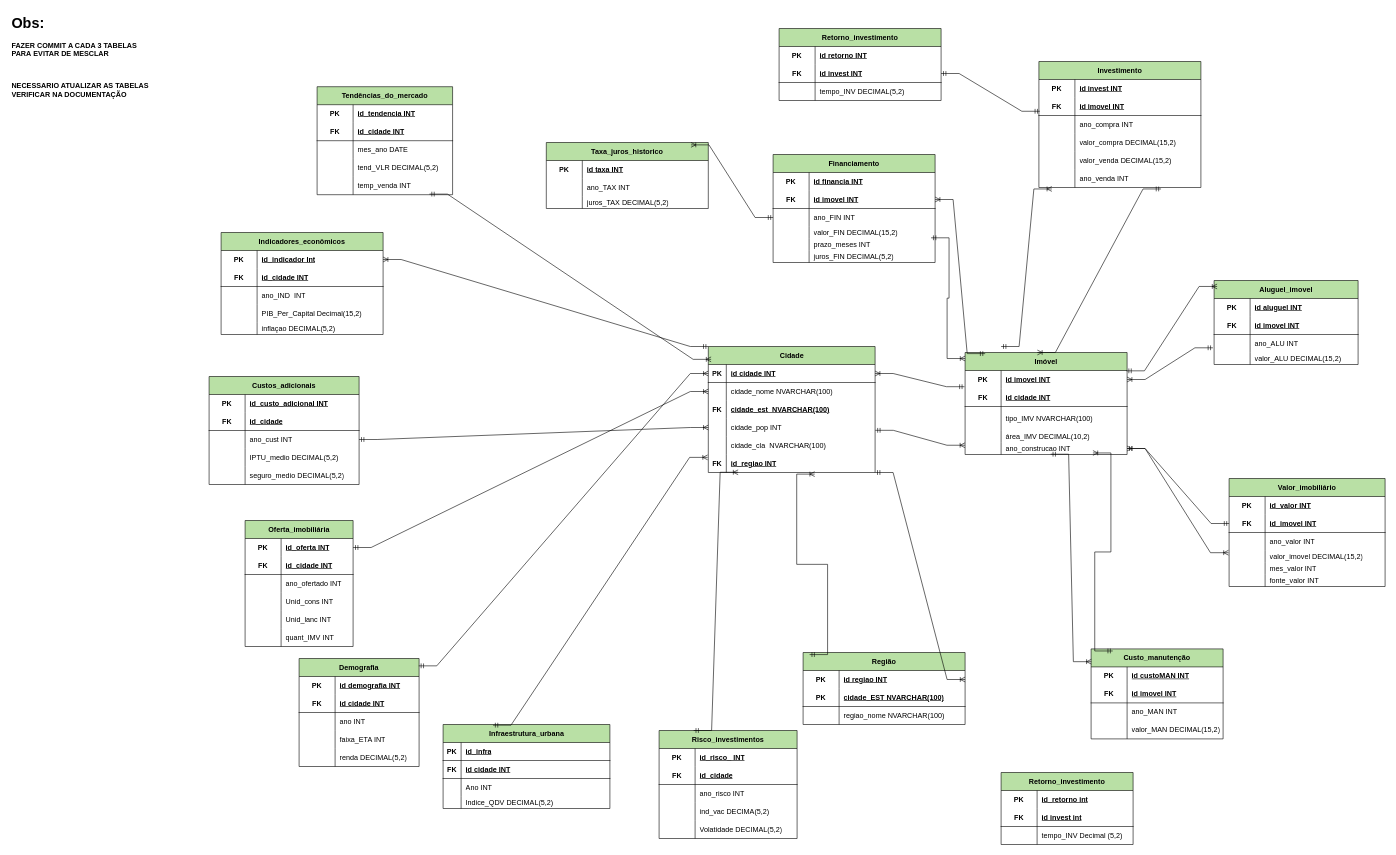
Guilherme22B/Group_by keeps this draw.io diagram as GroupBy.drawio. Above is the earlier version. Source tidied: cells renumbered, new cells numbered last; positions are measured from the earlier drawing's top-left corner, leaving out a move shared by most shapes. Both pictures are drawn from the tidied source at 60%, with x=0, y=0 at pixel (10, 10).
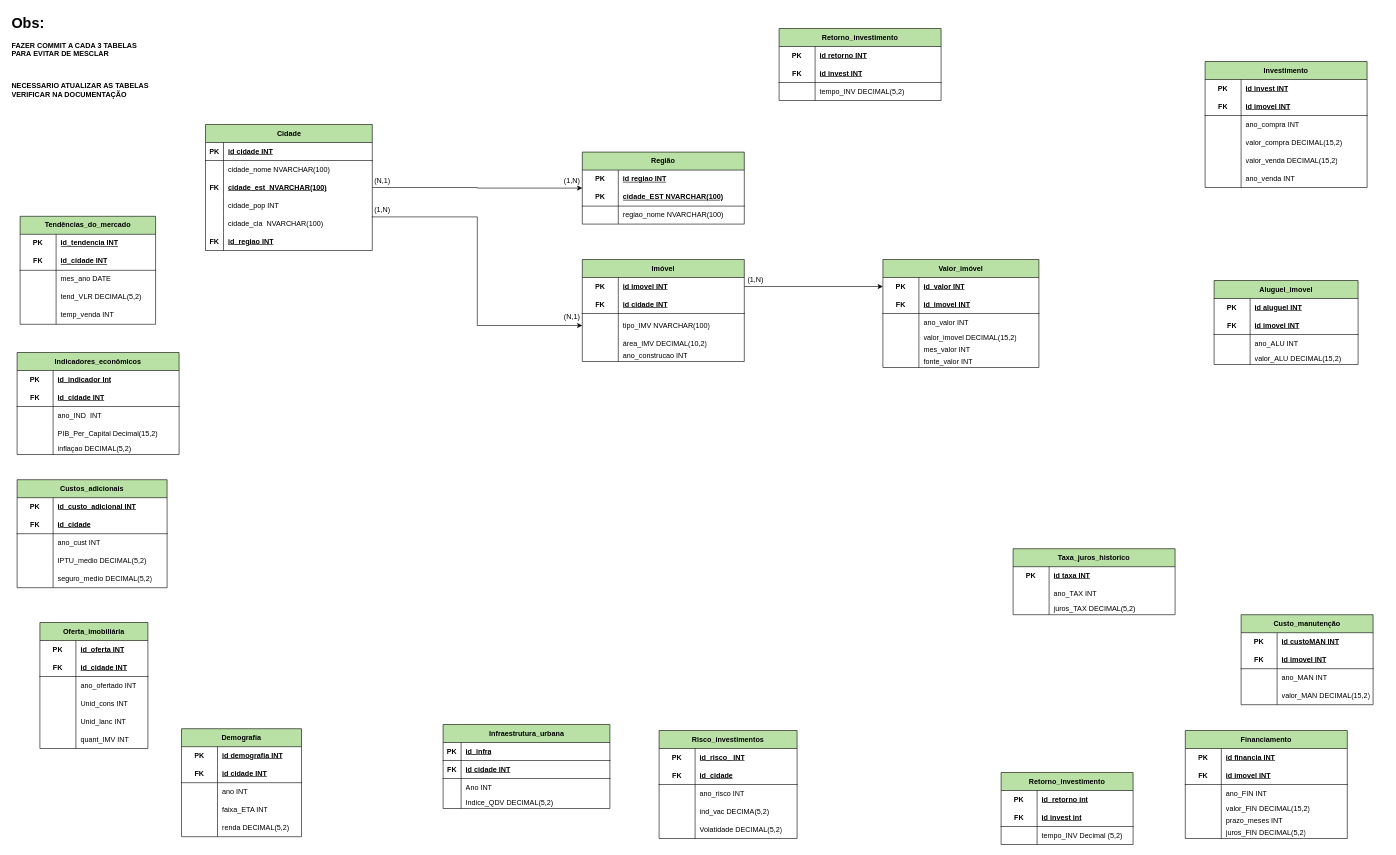
The same page after the edit.

Commit message:
Cardinalidades das tabelas: Cidade, Região, Imovel, Valor_imovel

Unchanged cells that the change refers to:
```xml
<mxCell id="5" style="shape=tableRow;horizontal=0;startSize=0;swimlaneHead=0;swimlaneBody=0;fillColor=none;points=[[0,0.5],[1,0.5]];portConstraint=eastwest;top=0;left=0;right=0;bottom=0;html=1;" parent="4" vertex="1">
<mxCell id="8" style="shape=tableRow;horizontal=0;startSize=0;swimlaneHead=0;swimlaneBody=0;fillColor=none;points=[[0,0.5],[1,0.5]];portConstraint=eastwest;top=0;left=0;right=0;bottom=1;html=1;" parent="4" vertex="1">
<mxCell id="11" style="shape=tableRow;horizontal=0;startSize=0;swimlaneHead=0;swimlaneBody=0;fillColor=none;points=[[0,0.5],[1,0.5]];portConstraint=eastwest;top=0;left=0;right=0;bottom=0;html=1;" parent="4" vertex="1">
<mxCell id="17" style="shape=tableRow;horizontal=0;startSize=0;swimlaneHead=0;swimlaneBody=0;fillColor=none;points=[[0,0.5],[1,0.5]];portConstraint=eastwest;top=0;left=0;right=0;bottom=0;html=1;" parent="4" vertex="1">
<mxCell id="21" style="shape=tableRow;horizontal=0;startSize=0;swimlaneHead=0;swimlaneBody=0;fillColor=none;points=[[0,0.5],[1,0.5]];portConstraint=eastwest;top=0;left=0;right=0;bottom=0;html=1;" parent="20" vertex="1">
<mxCell id="24" style="shape=tableRow;horizontal=0;startSize=0;swimlaneHead=0;swimlaneBody=0;fillColor=none;points=[[0,0.5],[1,0.5]];portConstraint=eastwest;top=0;left=0;right=0;bottom=1;html=1;" parent="20" vertex="1">
<mxCell id="30" style="shape=tableRow;horizontal=0;startSize=0;swimlaneHead=0;swimlaneBody=0;fillColor=none;points=[[0,0.5],[1,0.5]];portConstraint=eastwest;top=0;left=0;right=0;bottom=0;html=1;" parent="20" vertex="1">
<mxCell id="40" style="shape=tableRow;horizontal=0;startSize=0;swimlaneHead=0;swimlaneBody=0;fillColor=none;points=[[0,0.5],[1,0.5]];portConstraint=eastwest;top=0;left=0;right=0;bottom=1;" parent="39" vertex="1">
<mxCell id="43" style="shape=tableRow;horizontal=0;startSize=0;swimlaneHead=0;swimlaneBody=0;fillColor=none;points=[[0,0.5],[1,0.5]];portConstraint=eastwest;top=0;left=0;right=0;bottom=0;" parent="39" vertex="1">
<mxCell id="49" style="shape=tableRow;horizontal=0;startSize=0;swimlaneHead=0;swimlaneBody=0;fillColor=none;points=[[0,0.5],[1,0.5]];portConstraint=eastwest;top=0;left=0;right=0;bottom=0;" parent="39" vertex="1">
<mxCell id="55" style="shape=tableRow;horizontal=0;startSize=0;swimlaneHead=0;swimlaneBody=0;fillColor=none;points=[[0,0.5],[1,0.5]];portConstraint=eastwest;top=0;left=0;right=0;bottom=0;" parent="39" vertex="1">
<mxCell id="75" style="shape=tableRow;horizontal=0;startSize=0;swimlaneHead=0;swimlaneBody=0;fillColor=none;points=[[0,0.5],[1,0.5]];portConstraint=eastwest;top=0;left=0;right=0;bottom=1;html=1;" parent="71" vertex="1">
<mxCell id="87" style="shape=tableRow;horizontal=0;startSize=0;swimlaneHead=0;swimlaneBody=0;fillColor=none;points=[[0,0.5],[1,0.5]];portConstraint=eastwest;top=0;left=0;right=0;bottom=0;html=1;" parent="71" vertex="1">
<mxCell id="90" value="Aluguel_imovel" style="shape=table;startSize=30;childLayout=tableLayout;rowLines=0;fontStyle=1;align=center;html=1;whiteSpace=wrap;fillColor=light-dark(#B9E0A5,#B9E0A5);" parent="1" vertex="1">
<mxCell id="97" style="shape=tableRow;horizontal=0;startSize=0;swimlaneHead=0;swimlaneBody=0;fillColor=none;points=[[0,0.5],[1,0.5]];portConstraint=eastwest;top=0;left=0;right=0;bottom=0;html=1;" parent="90" vertex="1">
<mxCell id="107" style="shape=tableRow;horizontal=0;startSize=0;swimlaneHead=0;swimlaneBody=0;fillColor=none;points=[[0,0.5],[1,0.5]];portConstraint=eastwest;top=0;left=0;right=0;bottom=1;html=1;" parent="103" vertex="1">
<mxCell id="110" style="shape=tableRow;horizontal=0;startSize=0;swimlaneHead=0;swimlaneBody=0;fillColor=none;points=[[0,0.5],[1,0.5]];portConstraint=eastwest;top=0;left=0;right=0;bottom=0;html=1;" parent="103" vertex="1">
<mxCell id="116" style="shape=tableRow;horizontal=0;startSize=0;swimlaneHead=0;swimlaneBody=0;fillColor=none;points=[[0,0.5],[1,0.5]];portConstraint=eastwest;top=0;left=0;right=0;bottom=0;html=1;" parent="103" vertex="1">
<mxCell id="136" style="shape=tableRow;horizontal=0;startSize=0;swimlaneHead=0;swimlaneBody=0;fillColor=none;points=[[0,0.5],[1,0.5]];portConstraint=eastwest;top=0;left=0;right=0;bottom=1;html=1;" parent="132" vertex="1">
<mxCell id="143" style="shape=tableRow;horizontal=0;startSize=0;swimlaneHead=0;swimlaneBody=0;fillColor=none;points=[[0,0.5],[1,0.5]];portConstraint=eastwest;top=0;left=0;right=0;bottom=0;html=1;" parent="142" vertex="1">
<mxCell id="165" style="shape=tableRow;horizontal=0;startSize=0;swimlaneHead=0;swimlaneBody=0;fillColor=none;points=[[0,0.5],[1,0.5]];portConstraint=eastwest;top=0;left=0;right=0;bottom=0;html=1;" parent="164" vertex="1">
<mxCell id="180" value="Infraestrutura_urbana" style="shape=table;startSize=30;childLayout=tableLayout;rowLines=0;fontStyle=1;align=center;html=1;fillColor=light-dark(#B9E0A5,#B9E0A5);" parent="1" vertex="1">
<mxCell id="194" style="shape=tableRow;horizontal=0;startSize=0;swimlaneHead=0;swimlaneBody=0;fillColor=none;points=[[0,0.5],[1,0.5]];portConstraint=eastwest;top=0;left=0;right=0;bottom=0;html=1;" parent="193" vertex="1">
<mxCell id="225" style="shape=tableRow;horizontal=0;startSize=0;swimlaneHead=0;swimlaneBody=0;fillColor=none;points=[[0,0.5],[1,0.5]];portConstraint=eastwest;top=0;left=0;right=0;bottom=0;html=1;" parent="212" vertex="1">
<mxCell id="235" style="shape=tableRow;horizontal=0;startSize=0;swimlaneHead=0;swimlaneBody=0;fillColor=none;points=[[0,0.5],[1,0.5]];portConstraint=eastwest;top=0;left=0;right=0;bottom=0;html=1;" parent="228" vertex="1">
<mxCell id="244" value="Risco_investimentos" style="shape=table;startSize=30;childLayout=tableLayout;rowLines=0;fontStyle=1;align=center;html=1;whiteSpace=wrap;fillColor=light-dark(#B9E0A5,#B9E0A5);" parent="1" vertex="1">
```

What changed in the source:
```diff
@@
     <mxCell id="4" value="Imóvel" style="shape=table;startSize=30;childLayout=tableLayout;rowLines=0;fontStyle=1;align=center;html=1;whiteSpace=wrap;fillColor=light-dark(#B9E0A5,#B9E0A5);" parent="1" vertex="1">
-      <mxGeometry x="1591" y="570" width="270" height="170" as="geometry" />
+      <mxGeometry x="953" y="415" width="270" height="170" as="geometry" />
     </mxCell>
@@
-    <mxCell id="20" value="Valor_imobiliário" style="shape=table;startSize=30;childLayout=tableLayout;rowLines=0;fontStyle=1;align=center;html=1;whiteSpace=wrap;fillColor=light-dark(#B9E0A5,#B9E0A5);" parent="1" vertex="1">
-      <mxGeometry x="2031" y="780" width="260" height="180" as="geometry" />
+    <mxCell id="20" value="Valor_imóvel" style="shape=table;startSize=30;childLayout=tableLayout;rowLines=0;fontStyle=1;align=center;html=1;whiteSpace=wrap;fillColor=light-dark(#B9E0A5,#B9E0A5);" parent="1" vertex="1">
+      <mxGeometry x="1454" y="415" width="260" height="180" as="geometry" />
     </mxCell>
@@
+    <mxCell id="298" style="edgeStyle=orthogonalEdgeStyle;rounded=0;jettySize=auto;html=1;" parent="1" edge="1" source="39" target="142">
+      <mxGeometry relative="1" as="geometry" />
+    </mxCell>
     <mxCell id="39" value="Cidade" style="shape=table;startSize=30;childLayout=tableLayout;rowLines=0;fontStyle=1;align=center;html=1;fillColor=light-dark(#B9E0A5,#B9E0A5);" parent="1" vertex="1">
-      <mxGeometry x="1163" y="560" width="278" height="210" as="geometry" />
+      <mxGeometry x="325" y="190" width="278" height="210" as="geometry" />
     </mxCell>
@@
     <mxCell id="58" value="Custo_manutenção" style="shape=table;startSize=30;childLayout=tableLayout;rowLines=0;fontStyle=1;align=center;html=1;whiteSpace=wrap;fillColor=light-dark(#B9E0A5,#B9E0A5);" parent="1" vertex="1">
-      <mxGeometry x="1801" y="1064" width="220" height="150" as="geometry" />
+      <mxGeometry x="2051" y="1007" width="220" height="150" as="geometry" />
     </mxCell>
@@
     <mxCell id="71" value="Investimento" style="shape=table;startSize=30;childLayout=tableLayout;rowLines=0;fontStyle=1;align=center;html=1;whiteSpace=wrap;fillColor=light-dark(#B9E0A5,#B9E0A5);" parent="1" vertex="1">
-      <mxGeometry x="1714" y="85" width="270" height="210" as="geometry" />
+      <mxGeometry x="1991" y="85" width="270" height="210" as="geometry" />
     </mxCell>
@@
     <mxCell id="103" value="Financiamento" style="shape=table;startSize=30;childLayout=tableLayout;rowLines=0;fontStyle=1;align=center;html=1;whiteSpace=wrap;fillColor=light-dark(#B9E0A5,#B9E0A5);" parent="1" vertex="1">
-      <mxGeometry x="1271" y="240" width="270" height="180" as="geometry" />
+      <mxGeometry x="1958" y="1200" width="270" height="180" as="geometry" />
     </mxCell>
@@
     <mxCell id="122" value="Taxa_juros_historico" style="shape=table;startSize=30;childLayout=tableLayout;rowLines=0;fontStyle=1;align=center;html=1;whiteSpace=wrap;fillColor=#B9E0A5;" parent="1" vertex="1">
-      <mxGeometry x="893" y="220" width="270" height="110" as="geometry" />
+      <mxGeometry x="1671" y="897" width="270" height="110" as="geometry" />
     </mxCell>
@@
     <mxCell id="142" value="Região" style="shape=table;startSize=30;childLayout=tableLayout;rowLines=0;fontStyle=1;align=center;html=1;whiteSpace=wrap;fillColor=light-dark(#B9E0A5,#B9E0A5);" parent="1" vertex="1">
-      <mxGeometry x="1321" y="1070" width="270" height="120" as="geometry" />
+      <mxGeometry x="953" y="236" width="270" height="120" as="geometry" />
     </mxCell>
@@
-    <mxCell id="152" style="edgeStyle=entityRelationEdgeStyle;fontSize=12;html=1;endArrow=ERoneToMany;startArrow=ERmandOne;rounded=0;exitX=1.001;exitY=0.657;exitDx=0;exitDy=0;exitPerimeter=0;entryX=-0.001;entryY=0.229;entryDx=0;entryDy=0;entryPerimeter=0;" parent="1" edge="1" source="49" target="17">
-      <mxGeometry relative="1" as="geometry" />
-    </mxCell>
-    <mxCell id="153" style="edgeStyle=entityRelationEdgeStyle;fontSize=12;html=1;endArrow=ERoneToMany;startArrow=ERmandOne;rounded=0;exitX=1.001;exitY=0.657;exitDx=0;exitDy=0;exitPerimeter=0;entryX=1;entryY=0.5;entryDx=0;entryDy=0;" parent="1" edge="1" target="143">
-      <mxGeometry relative="1" as="geometry">
-        <mxPoint x="1441" y="770" as="sourcePoint" />
-        <Array as="points">
-          <mxPoint x="1401" y="1130" />
-          <mxPoint x="1431" y="810" />
-          <mxPoint x="1551" y="880" />
-          <mxPoint x="1511" y="900" />
-        </Array>
-      </mxGeometry>
-    </mxCell>
@@
     <mxCell id="164" value="Indicadores_econômicos" style="shape=table;startSize=30;childLayout=tableLayout;rowLines=0;fontStyle=1;align=center;html=1;whiteSpace=wrap;fillColor=#B9E0A5;" parent="1" vertex="1">
-      <mxGeometry x="351" y="370" width="270" height="170" as="geometry" />
+      <mxGeometry x="11" y="570" width="270" height="170" as="geometry" />
     </mxCell>
@@
     <mxCell id="193" value="Oferta_imobiliária" style="shape=table;startSize=30;childLayout=tableLayout;rowLines=0;fontStyle=1;align=center;html=1;whiteSpace=wrap;fillColor=light-dark(#B9E0A5,#B9E0A5);" parent="1" vertex="1">
-      <mxGeometry x="391" y="850" width="180" height="210" as="geometry" />
+      <mxGeometry x="49" y="1020" width="180" height="210" as="geometry" />
     </mxCell>
@@
     <mxCell id="212" value="Tendências_do_mercado" style="shape=table;startSize=30;childLayout=tableLayout;rowLines=0;fontStyle=1;align=center;html=1;whiteSpace=wrap;fillColor=#B9E0A5;" parent="1" vertex="1">
-      <mxGeometry x="511" y="127" width="225.8" height="180" as="geometry" />
+      <mxGeometry x="16" y="343" width="225.8" height="180" as="geometry" />
     </mxCell>
@@
     <mxCell id="228" value="Custos_adicionais" style="shape=table;startSize=30;childLayout=tableLayout;rowLines=0;fontStyle=1;align=center;html=1;whiteSpace=wrap;fillColor=light-dark(#B9E0A5,#B9E0A5);" parent="1" vertex="1">
-      <mxGeometry x="331" y="610" width="250" height="180" as="geometry" />
+      <mxGeometry x="11" y="782" width="250" height="180" as="geometry" />
     </mxCell>
@@
     <mxCell id="261" value="Demografia" style="shape=table;startSize=30;childLayout=tableLayout;rowLines=0;fontStyle=1;align=center;html=1;whiteSpace=wrap;fillColor=light-dark(#B9E0A5,#B9E0A5);" parent="1" vertex="1">
-      <mxGeometry x="481" y="1080" width="200" height="180" as="geometry" />
+      <mxGeometry x="285" y="1197" width="200" height="180" as="geometry" />
     </mxCell>
@@
-    <mxCell id="277" style="edgeStyle=entityRelationEdgeStyle;fontSize=12;html=1;endArrow=ERoneToMany;startArrow=ERmandOne;rounded=0;exitX=0.04;exitY=0.029;exitDx=0;exitDy=0;exitPerimeter=0;entryX=0.638;entryY=1.09;entryDx=0;entryDy=0;entryPerimeter=0;" parent="1" edge="1" source="142" target="55">
-      <mxGeometry relative="1" as="geometry" />
-    </mxCell>
-    <mxCell id="278" style="edgeStyle=entityRelationEdgeStyle;fontSize=12;html=1;endArrow=ERoneToMany;startArrow=ERmandOne;rounded=0;exitX=-0.004;exitY=-0.1;exitDx=0;exitDy=0;exitPerimeter=0;" parent="1" edge="1" source="8" target="40">
-      <mxGeometry relative="1" as="geometry" />
-    </mxCell>
-    <mxCell id="279" style="edgeStyle=entityRelationEdgeStyle;fontSize=12;html=1;endArrow=ERoneToMany;startArrow=ERmandOne;rounded=0;exitX=0;exitY=0.5;exitDx=0;exitDy=0;entryX=1;entryY=0.5;entryDx=0;entryDy=0;" parent="1" edge="1" source="24" target="17">
-      <mxGeometry relative="1" as="geometry">
-        <Array as="points">
-          <mxPoint x="1831" y="910" />
-        </Array>
-      </mxGeometry>
-    </mxCell>
-    <mxCell id="280" style="edgeStyle=entityRelationEdgeStyle;fontSize=12;html=1;endArrow=ERoneToMany;startArrow=ERmandOne;rounded=0;entryX=-0.004;entryY=0.183;entryDx=0;entryDy=0;entryPerimeter=0;" parent="1" edge="1" source="17" target="30">
-      <mxGeometry relative="1" as="geometry">
-        <Array as="points">
-          <mxPoint x="1741" y="980" />
-        </Array>
-      </mxGeometry>
-    </mxCell>
-    <mxCell id="281" style="edgeStyle=entityRelationEdgeStyle;fontSize=12;html=1;endArrow=ERoneToMany;startArrow=ERmandOne;rounded=0;exitX=0.164;exitY=0.023;exitDx=0;exitDy=0;exitPerimeter=0;entryX=0.789;entryY=0.871;entryDx=0;entryDy=0;entryPerimeter=0;" parent="1" edge="1" source="58" target="17">
-      <mxGeometry relative="1" as="geometry" />
-    </mxCell>
-    <mxCell id="282" style="edgeStyle=entityRelationEdgeStyle;fontSize=12;html=1;endArrow=ERoneToMany;startArrow=ERmandOne;rounded=0;exitX=0.528;exitY=0.976;exitDx=0;exitDy=0;exitPerimeter=0;entryX=0.002;entryY=0.142;entryDx=0;entryDy=0;entryPerimeter=0;" parent="1" edge="1" source="17" target="58">
-      <mxGeometry relative="1" as="geometry" />
-    </mxCell>
-    <mxCell id="283" style="edgeStyle=entityRelationEdgeStyle;fontSize=12;html=1;endArrow=ERmandOne;startArrow=ERmandOne;rounded=0;entryX=0.006;entryY=0.765;entryDx=0;entryDy=0;entryPerimeter=0;" parent="1" edge="1" source="136" target="75">
-      <mxGeometry relative="1" as="geometry" />
-    </mxCell>
-    <mxCell id="284" style="edgeStyle=entityRelationEdgeStyle;fontSize=12;html=1;endArrow=ERoneToMany;startArrow=ERmandOne;rounded=0;exitX=0.754;exitY=1.081;exitDx=0;exitDy=0;exitPerimeter=0;entryX=0.446;entryY=0;entryDx=0;entryDy=0;entryPerimeter=0;" parent="1" edge="1" source="87" target="4">
-      <mxGeometry relative="1" as="geometry" />
-    </mxCell>
-    <mxCell id="285" style="edgeStyle=entityRelationEdgeStyle;fontSize=12;html=1;endArrow=ERoneToMany;startArrow=ERmandOne;rounded=0;entryX=0.08;entryY=1.081;entryDx=0;entryDy=0;entryPerimeter=0;" parent="1" edge="1" target="87">
-      <mxGeometry relative="1" as="geometry">
-        <mxPoint x="1651" y="560" as="sourcePoint" />
-      </mxGeometry>
-    </mxCell>
-    <mxCell id="286" style="edgeStyle=entityRelationEdgeStyle;fontSize=12;html=1;endArrow=ERoneToMany;startArrow=ERmandOne;rounded=0;exitX=-0.008;exitY=0.739;exitDx=0;exitDy=0;entryX=1;entryY=0.5;entryDx=0;entryDy=0;exitPerimeter=0;" parent="1" edge="1" source="97" target="5">
-      <mxGeometry relative="1" as="geometry">
-        <Array as="points">
-          <mxPoint x="1901" y="800" />
-        </Array>
-      </mxGeometry>
-    </mxCell>
-    <mxCell id="287" style="edgeStyle=entityRelationEdgeStyle;fontSize=12;html=1;endArrow=ERoneToMany;startArrow=ERmandOne;rounded=0;exitX=0.996;exitY=0.019;exitDx=0;exitDy=0;exitPerimeter=0;entryX=0.021;entryY=0.071;entryDx=0;entryDy=0;entryPerimeter=0;" parent="1" edge="1" source="5" target="90">
-      <mxGeometry relative="1" as="geometry">
-        <Array as="points">
-          <mxPoint x="1991" y="765" />
-        </Array>
-      </mxGeometry>
-    </mxCell>
-    <mxCell id="288" style="edgeStyle=entityRelationEdgeStyle;fontSize=12;html=1;endArrow=ERoneToMany;startArrow=ERmandOne;rounded=0;entryX=0;entryY=0.059;entryDx=0;entryDy=0;entryPerimeter=0;exitX=0.975;exitY=-0.058;exitDx=0;exitDy=0;exitPerimeter=0;" parent="1" edge="1" source="116" target="4">
-      <mxGeometry relative="1" as="geometry" />
-    </mxCell>
-    <mxCell id="289" style="edgeStyle=entityRelationEdgeStyle;fontSize=12;html=1;endArrow=ERoneToMany;startArrow=ERmandOne;rounded=0;entryX=1;entryY=0.5;entryDx=0;entryDy=0;exitX=0.124;exitY=0.011;exitDx=0;exitDy=0;exitPerimeter=0;" parent="1" edge="1" source="4" target="107">
-      <mxGeometry relative="1" as="geometry" />
-    </mxCell>
-    <mxCell id="290" style="edgeStyle=entityRelationEdgeStyle;fontSize=12;html=1;endArrow=ERoneToMany;startArrow=ERmandOne;rounded=0;entryX=0.893;entryY=0.036;entryDx=0;entryDy=0;entryPerimeter=0;exitX=0;exitY=0.5;exitDx=0;exitDy=0;" parent="1" edge="1" source="110" target="122">
-      <mxGeometry relative="1" as="geometry" />
-    </mxCell>
-    <mxCell id="291" style="edgeStyle=entityRelationEdgeStyle;fontSize=12;html=1;endArrow=ERoneToMany;startArrow=ERmandOne;rounded=0;exitX=0;exitY=0;exitDx=0;exitDy=0;entryX=1;entryY=0.5;entryDx=0;entryDy=0;" parent="1" edge="1" source="39" target="165">
-      <mxGeometry relative="1" as="geometry" />
-    </mxCell>
-    <mxCell id="292" style="edgeStyle=entityRelationEdgeStyle;fontSize=12;html=1;endArrow=ERoneToMany;startArrow=ERmandOne;rounded=0;exitX=0.299;exitY=0.008;exitDx=0;exitDy=0;exitPerimeter=0;entryX=-0.004;entryY=0.16;entryDx=0;entryDy=0;entryPerimeter=0;" parent="1" edge="1" source="180" target="55">
-      <mxGeometry relative="1" as="geometry" />
-    </mxCell>
-    <mxCell id="293" style="edgeStyle=entityRelationEdgeStyle;fontSize=12;html=1;endArrow=ERoneToMany;startArrow=ERmandOne;rounded=0;entryX=0;entryY=0.5;entryDx=0;entryDy=0;exitX=0.997;exitY=0.068;exitDx=0;exitDy=0;exitPerimeter=0;" parent="1" edge="1" source="261" target="40">
-      <mxGeometry relative="1" as="geometry" />
-    </mxCell>
-    <mxCell id="294" style="edgeStyle=entityRelationEdgeStyle;fontSize=12;html=1;endArrow=ERoneToMany;startArrow=ERmandOne;rounded=0;exitX=1;exitY=0.5;exitDx=0;exitDy=0;entryX=0;entryY=0.5;entryDx=0;entryDy=0;" parent="1" edge="1" source="194" target="43">
-      <mxGeometry relative="1" as="geometry" />
-    </mxCell>
-    <mxCell id="295" style="edgeStyle=entityRelationEdgeStyle;fontSize=12;html=1;endArrow=ERoneToMany;startArrow=ERmandOne;rounded=0;exitX=0.829;exitY=0.967;exitDx=0;exitDy=0;exitPerimeter=0;entryX=0.017;entryY=0.102;entryDx=0;entryDy=0;entryPerimeter=0;" parent="1" edge="1" source="225" target="39">
-      <mxGeometry relative="1" as="geometry" />
-    </mxCell>
-    <mxCell id="296" style="edgeStyle=entityRelationEdgeStyle;fontSize=12;html=1;endArrow=ERoneToMany;startArrow=ERmandOne;rounded=0;exitX=1;exitY=0.5;exitDx=0;exitDy=0;entryX=0;entryY=0.5;entryDx=0;entryDy=0;" parent="1" edge="1" source="235" target="49">
-      <mxGeometry relative="1" as="geometry">
-        <Array as="points">
-          <mxPoint x="891" y="795" />
-        </Array>
-      </mxGeometry>
-    </mxCell>
-    <mxCell id="297" style="edgeStyle=entityRelationEdgeStyle;fontSize=12;html=1;endArrow=ERoneToMany;startArrow=ERmandOne;rounded=0;exitX=0.25;exitY=0;exitDx=0;exitDy=0;entryX=0.179;entryY=0.987;entryDx=0;entryDy=0;entryPerimeter=0;" parent="1" edge="1" source="244" target="55">
-      <mxGeometry relative="1" as="geometry" />
-    </mxCell>
+    <mxCell id="299" value="(N,1)" style="text;html=1;align=center;verticalAlign=middle;whiteSpace=wrap;rounded=0;" parent="1" vertex="1">
+      <mxGeometry x="590" y="269" width="60" height="30" as="geometry" />
+    </mxCell>
+    <mxCell id="300" value="(1,N)" style="text;html=1;align=center;verticalAlign=middle;whiteSpace=wrap;rounded=0;" parent="1" vertex="1">
+      <mxGeometry x="906" y="269" width="60" height="30" as="geometry" />
+    </mxCell>
+    <mxCell id="301" style="edgeStyle=orthogonalEdgeStyle;rounded=0;jettySize=auto;html=1;exitX=0.997;exitY=1.133;exitDx=0;exitDy=0;exitPerimeter=0;" parent="1" edge="1" source="49" target="11">
+      <mxGeometry relative="1" as="geometry" />
+    </mxCell>
+    <mxCell id="302" value="(1,N)" style="text;html=1;align=center;verticalAlign=middle;whiteSpace=wrap;rounded=0;" parent="1" vertex="1">
+      <mxGeometry x="590" y="318" width="60" height="30" as="geometry" />
+    </mxCell>
+    <mxCell id="303" value="(N,1)" style="text;html=1;align=center;verticalAlign=middle;whiteSpace=wrap;rounded=0;" parent="1" vertex="1">
+      <mxGeometry x="906" y="495" width="60" height="30" as="geometry" />
+    </mxCell>
+    <mxCell id="304" style="edgeStyle=orthogonalEdgeStyle;rounded=0;jettySize=auto;html=1;" parent="1" edge="1" source="5" target="21">
+      <mxGeometry relative="1" as="geometry" />
+    </mxCell>
+    <mxCell id="305" value="(1,N)" style="text;html=1;align=center;verticalAlign=middle;whiteSpace=wrap;rounded=0;" parent="1" vertex="1">
+      <mxGeometry x="1212" y="434" width="60" height="30" as="geometry" />
+    </mxCell>
```
